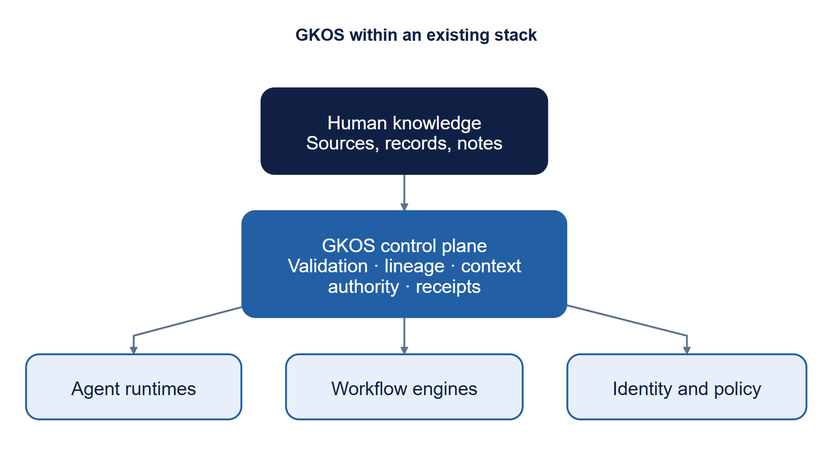
This is graphics/diagrams/gkos-control-plane.png from Odenknight/gkos-standard, a Mermaid export, as it was before one commit. Its source is kept beside it as graphics/diagrams/gkos-control-plane.mmd.
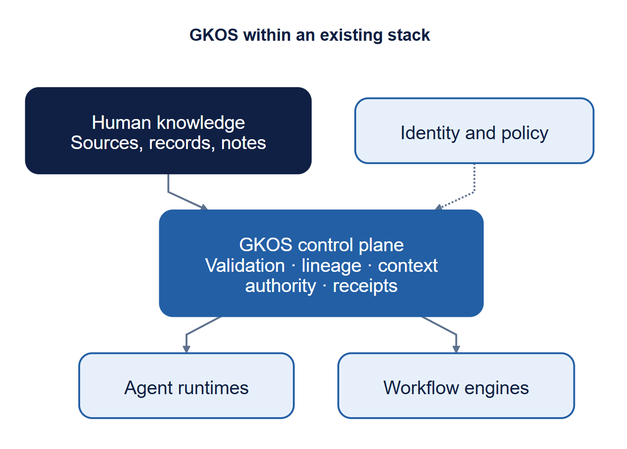
The same diagram one commit later.

What changed in the source:
```diff
@@ -3,11 +3,11 @@
 ---
 flowchart TB
     accTitle: GKOS control-plane placement
-    accDescr: Human knowledge, including sources, records and notes, connects to the GKOS control plane. Validation, lineage, context, authority and receipts connect that governance responsibility to agent runtimes, workflow engines, and identity and policy systems.
+    accDescr: Human knowledge, including sources, records and notes, connects to the GKOS control plane. Validation, lineage, context, authority and receipts connect that governance responsibility to agent runtimes and workflow engines. Identity and policy systems supply governance inputs; arrows show responsibility relationships, not a required execution order.
     H["Human knowledge<br/>Sources, records, notes"] --> G["GKOS control plane<br/>Validation · lineage · context<br/>authority · receipts"]
     G --> A["Agent runtimes"]
     G --> W["Workflow engines"]
-    G --> I["Identity and policy"]
+    I["Identity and policy"] -.-> G
 
     classDef source fill:#102044,stroke:#102044,color:#ffffff,stroke-width:2px,rx:14,ry:14;
     classDef governance fill:#235FA5,stroke:#235FA5,color:#ffffff,stroke-width:2px,rx:14,ry:14;
```
